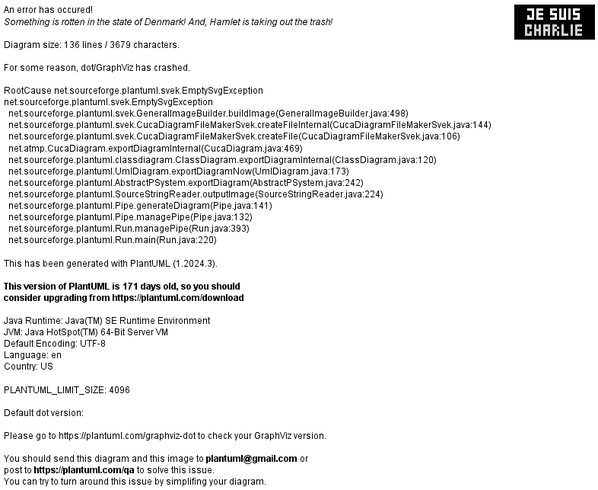
sankanire201/LoadPriorityControl keeps this PlantUML diagram as out/UML/Layered_diagram/Layered_diagram.png. Above is the earlier version.
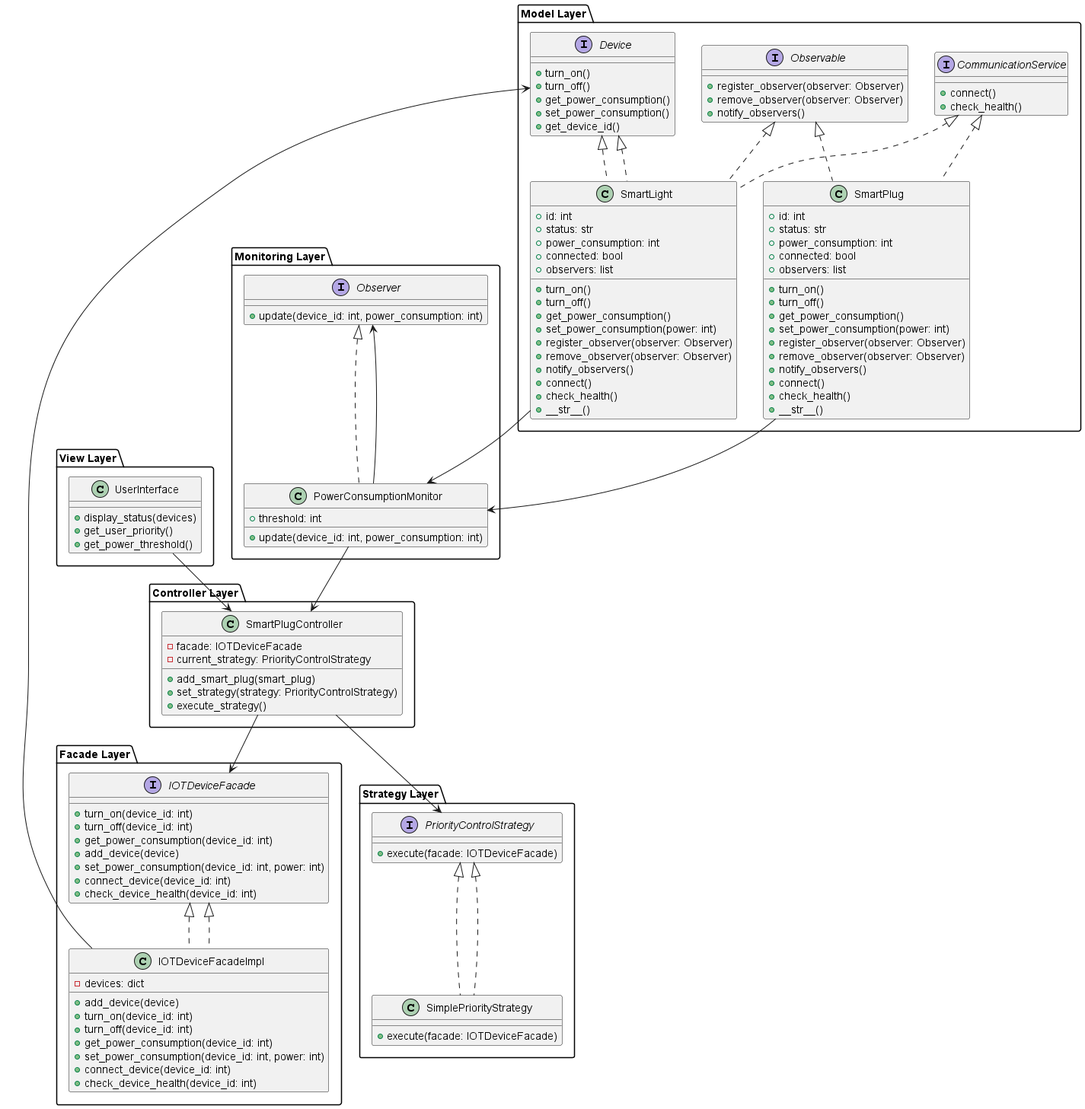
The same diagram one commit later.

Diff of the diagram source:
```diff
@@ -133,4 +133,5 @@
 UserInterface --> SmartPlugController
 SmartPlug --> PowerConsumptionMonitor
 SmartLight --> PowerConsumptionMonitor
+IOTDeviceFacadeImpl --> Device
 @enduml
```
